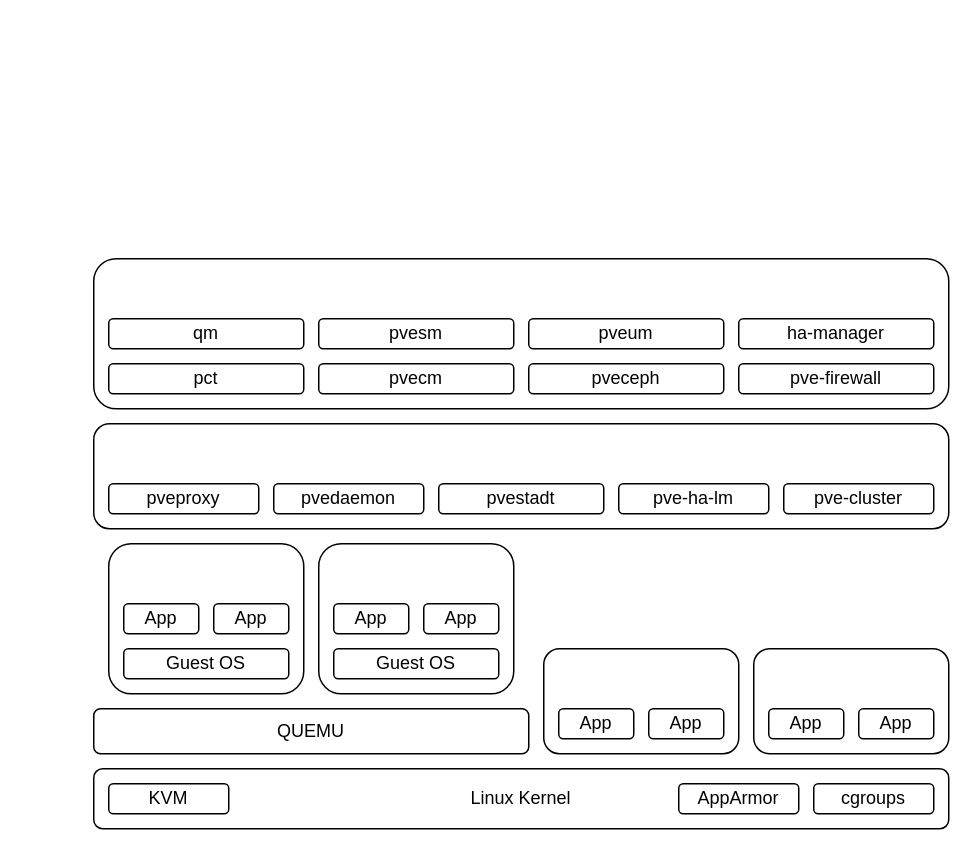
Before: Proxmox.drawio in incognia/Cultura, a draw.io diagram. Source tidied: cells renumbered, new cells numbered last; positions are measured from the earlier drawing's top-left corner, leaving out a move shared by most shapes. Both pictures are drawn from the tidied source at 150%, with x=0, y=0 at pixel (93, 258).
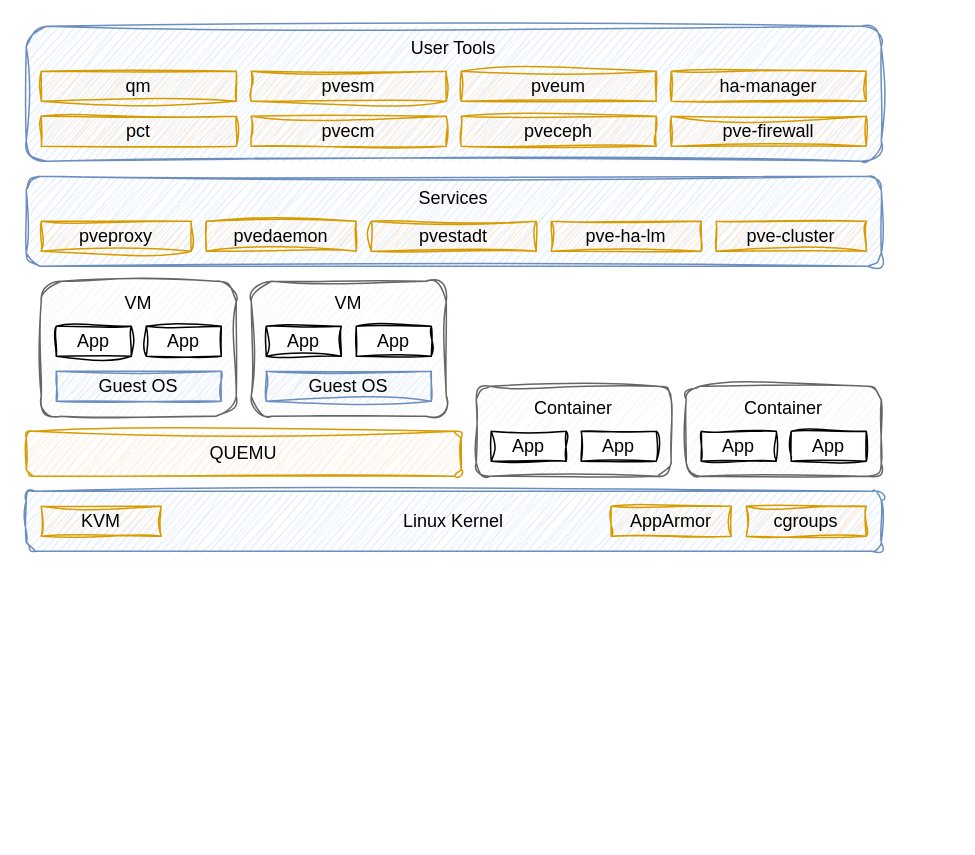
The same diagram, later.

Diff of the diagram source:
```diff
@@
+    <mxCell id="36" style="group;" parent="1" vertex="1">
+      <mxGeometry x="-45" y="-155" width="570" height="350" as="geometry" />
+    </mxCell>
-    <mxCell id="2" value="Linux Kernel" style="rounded=1;whiteSpace=wrap;html=1;" parent="1" vertex="1">
-      <mxGeometry y="340" width="570" height="40" as="geometry" />
+    <mxCell id="2" value="Linux Kernel" style="rounded=1;whiteSpace=wrap;html=1;sketch=1;curveFitting=1;jiggle=2;fillColor=#dae8fc;strokeColor=#6c8ebf;" parent="36" vertex="1">
+      <mxGeometry y="310" width="570" height="40" as="geometry" />
     </mxCell>
-    <mxCell id="3" value="KVM" style="rounded=1;whiteSpace=wrap;html=1;" parent="1" vertex="1">
-      <mxGeometry x="10" y="350" width="80" height="20" as="geometry" />
+    <mxCell id="3" value="KVM" style="rounded=0;whiteSpace=wrap;html=1;sketch=1;curveFitting=1;jiggle=2;fillColor=#ffe6cc;strokeColor=#d79b00;" parent="36" vertex="1">
+      <mxGeometry x="10" y="320" width="80" height="20" as="geometry" />
     </mxCell>
-    <mxCell id="4" value="QUEMU" style="rounded=1;whiteSpace=wrap;html=1;" parent="1" vertex="1">
-      <mxGeometry y="300" width="290" height="30" as="geometry" />
+    <mxCell id="4" value="QUEMU" style="rounded=1;whiteSpace=wrap;html=1;sketch=1;curveFitting=1;jiggle=2;fillColor=#ffe6cc;strokeColor=#d79b00;" parent="36" vertex="1">
+      <mxGeometry y="270" width="290" height="30" as="geometry" />
     </mxCell>
-    <mxCell id="5" value="AppArmor" style="rounded=1;whiteSpace=wrap;html=1;" parent="1" vertex="1">
-      <mxGeometry x="390" y="350" width="80" height="20" as="geometry" />
+    <mxCell id="5" value="AppArmor" style="rounded=0;whiteSpace=wrap;html=1;sketch=1;curveFitting=1;jiggle=2;fillColor=#ffe6cc;strokeColor=#d79b00;" parent="36" vertex="1">
+      <mxGeometry x="390" y="320" width="80" height="20" as="geometry" />
     </mxCell>
-    <mxCell id="6" value="cgroups" style="rounded=1;whiteSpace=wrap;html=1;" parent="1" vertex="1">
-      <mxGeometry x="480" y="350" width="80" height="20" as="geometry" />
+    <mxCell id="6" value="cgroups" style="rounded=0;whiteSpace=wrap;html=1;sketch=1;curveFitting=1;jiggle=2;fillColor=#ffe6cc;strokeColor=#d79b00;" parent="36" vertex="1">
+      <mxGeometry x="480" y="320" width="80" height="20" as="geometry" />
     </mxCell>
-    <mxCell id="7" style="rounded=1;whiteSpace=wrap;html=1;" parent="1" vertex="1">
-      <mxGeometry x="10" y="190" width="130" height="100" as="geometry" />
+    <mxCell id="7" style="rounded=1;whiteSpace=wrap;html=1;sketch=1;curveFitting=1;jiggle=2;fillColor=#f5f5f5;strokeColor=#666666;fontColor=#333333;" parent="36" vertex="1">
+      <mxGeometry x="10" y="170" width="130" height="90" as="geometry" />
     </mxCell>
-    <mxCell id="8" value="Guest OS" style="rounded=1;whiteSpace=wrap;html=1;" parent="1" vertex="1">
-      <mxGeometry x="20" y="260" width="110" height="20" as="geometry" />
+    <mxCell id="8" value="Guest OS" style="rounded=0;whiteSpace=wrap;html=1;sketch=1;curveFitting=1;jiggle=2;fillColor=#dae8fc;strokeColor=#6c8ebf;" parent="36" vertex="1">
+      <mxGeometry x="20" y="230" width="110" height="20" as="geometry" />
     </mxCell>
-    <mxCell id="9" value="App" style="rounded=1;whiteSpace=wrap;html=1;" parent="1" vertex="1">
-      <mxGeometry x="20" y="230" width="50" height="20" as="geometry" />
+    <mxCell id="9" value="App" style="rounded=0;whiteSpace=wrap;html=1;sketch=1;curveFitting=1;jiggle=2;" parent="36" vertex="1">
+      <mxGeometry x="20" y="200" width="50" height="20" as="geometry" />
     </mxCell>
-    <mxCell id="10" value="App" style="rounded=1;whiteSpace=wrap;html=1;" parent="1" vertex="1">
-      <mxGeometry x="80" y="230" width="50" height="20" as="geometry" />
+    <mxCell id="10" value="App" style="rounded=0;whiteSpace=wrap;html=1;sketch=1;curveFitting=1;jiggle=2;" parent="36" vertex="1">
+      <mxGeometry x="80" y="200" width="50" height="20" as="geometry" />
     </mxCell>
-    <mxCell id="11" style="rounded=1;whiteSpace=wrap;html=1;" parent="1" vertex="1">
-      <mxGeometry x="150" y="190" width="130" height="100" as="geometry" />
+    <mxCell id="11" style="rounded=1;whiteSpace=wrap;html=1;sketch=1;curveFitting=1;jiggle=2;fillColor=#f5f5f5;fontColor=#333333;strokeColor=#666666;" parent="36" vertex="1">
+      <mxGeometry x="150" y="170" width="130" height="90" as="geometry" />
     </mxCell>
-    <mxCell id="12" value="Guest OS" style="rounded=1;whiteSpace=wrap;html=1;" parent="1" vertex="1">
-      <mxGeometry x="160" y="260" width="110" height="20" as="geometry" />
+    <mxCell id="12" value="Guest OS" style="rounded=0;whiteSpace=wrap;html=1;sketch=1;curveFitting=1;jiggle=2;fillColor=#dae8fc;strokeColor=#6c8ebf;" parent="36" vertex="1">
+      <mxGeometry x="160" y="230" width="110" height="20" as="geometry" />
     </mxCell>
-    <mxCell id="13" value="App" style="rounded=1;whiteSpace=wrap;html=1;" parent="1" vertex="1">
-      <mxGeometry x="160" y="230" width="50" height="20" as="geometry" />
+    <mxCell id="13" value="App" style="rounded=0;whiteSpace=wrap;html=1;sketch=1;curveFitting=1;jiggle=2;" parent="36" vertex="1">
+      <mxGeometry x="160" y="200" width="50" height="20" as="geometry" />
     </mxCell>
-    <mxCell id="14" value="App" style="rounded=1;whiteSpace=wrap;html=1;" parent="1" vertex="1">
-      <mxGeometry x="220" y="230" width="50" height="20" as="geometry" />
+    <mxCell id="14" value="App" style="rounded=0;whiteSpace=wrap;html=1;sketch=1;curveFitting=1;jiggle=2;" parent="36" vertex="1">
+      <mxGeometry x="220" y="200" width="50" height="20" as="geometry" />
     </mxCell>
-    <mxCell id="15" style="rounded=1;whiteSpace=wrap;html=1;" parent="1" vertex="1">
-      <mxGeometry x="300" y="260" width="130" height="70" as="geometry" />
+    <mxCell id="15" style="rounded=1;whiteSpace=wrap;html=1;sketch=1;curveFitting=1;jiggle=2;fillColor=#f5f5f5;fontColor=#333333;strokeColor=#666666;" parent="36" vertex="1">
+      <mxGeometry x="300" y="240" width="130" height="60" as="geometry" />
     </mxCell>
-    <mxCell id="16" value="App" style="rounded=1;whiteSpace=wrap;html=1;" parent="1" vertex="1">
-      <mxGeometry x="310" y="300" width="50" height="20" as="geometry" />
+    <mxCell id="16" value="App" style="rounded=0;whiteSpace=wrap;html=1;sketch=1;curveFitting=1;jiggle=2;" parent="36" vertex="1">
+      <mxGeometry x="310" y="270" width="50" height="20" as="geometry" />
     </mxCell>
-    <mxCell id="17" value="App" style="rounded=1;whiteSpace=wrap;html=1;" parent="1" vertex="1">
-      <mxGeometry x="370" y="300" width="50" height="20" as="geometry" />
+    <mxCell id="17" value="App" style="rounded=0;whiteSpace=wrap;html=1;sketch=1;curveFitting=1;jiggle=2;" parent="36" vertex="1">
+      <mxGeometry x="370" y="270" width="50" height="20" as="geometry" />
     </mxCell>
-    <mxCell id="18" style="rounded=1;whiteSpace=wrap;html=1;" parent="1" vertex="1">
-      <mxGeometry x="440" y="260" width="130" height="70" as="geometry" />
+    <mxCell id="18" style="rounded=1;whiteSpace=wrap;html=1;sketch=1;curveFitting=1;jiggle=2;fillColor=#f5f5f5;fontColor=#333333;strokeColor=#666666;" parent="36" vertex="1">
+      <mxGeometry x="440" y="240" width="130" height="60" as="geometry" />
     </mxCell>
-    <mxCell id="19" value="App" style="rounded=1;whiteSpace=wrap;html=1;" parent="1" vertex="1">
-      <mxGeometry x="450" y="300" width="50" height="20" as="geometry" />
+    <mxCell id="19" value="App" style="rounded=0;whiteSpace=wrap;html=1;sketch=1;curveFitting=1;jiggle=2;" parent="36" vertex="1">
+      <mxGeometry x="450" y="270" width="50" height="20" as="geometry" />
     </mxCell>
-    <mxCell id="20" value="App" style="rounded=1;whiteSpace=wrap;html=1;" parent="1" vertex="1">
-      <mxGeometry x="510" y="300" width="50" height="20" as="geometry" />
+    <mxCell id="20" value="App" style="rounded=0;whiteSpace=wrap;html=1;sketch=1;curveFitting=1;jiggle=2;" parent="36" vertex="1">
+      <mxGeometry x="510" y="270" width="50" height="20" as="geometry" />
     </mxCell>
-    <mxCell id="21" style="rounded=1;whiteSpace=wrap;html=1;" parent="1" vertex="1">
-      <mxGeometry y="110" width="570" height="70" as="geometry" />
+    <mxCell id="21" style="rounded=1;whiteSpace=wrap;html=1;sketch=1;curveFitting=1;jiggle=2;fillColor=#dae8fc;strokeColor=#6c8ebf;" parent="36" vertex="1">
+      <mxGeometry y="100" width="570" height="60" as="geometry" />
     </mxCell>
-    <mxCell id="22" value="pveproxy" style="rounded=1;whiteSpace=wrap;html=1;" parent="1" vertex="1">
-      <mxGeometry x="10" y="150" width="100" height="20" as="geometry" />
+    <mxCell id="22" value="pveproxy" style="rounded=0;whiteSpace=wrap;html=1;sketch=1;curveFitting=1;jiggle=2;fillColor=#ffe6cc;strokeColor=#d79b00;" parent="36" vertex="1">
+      <mxGeometry x="10" y="130" width="100" height="20" as="geometry" />
     </mxCell>
-    <mxCell id="23" value="pvedaemon" style="rounded=1;whiteSpace=wrap;html=1;" parent="1" vertex="1">
-      <mxGeometry x="120" y="150" width="100" height="20" as="geometry" />
+    <mxCell id="23" value="pvedaemon" style="rounded=0;whiteSpace=wrap;html=1;sketch=1;curveFitting=1;jiggle=2;fillColor=#ffe6cc;strokeColor=#d79b00;" parent="36" vertex="1">
+      <mxGeometry x="120" y="130" width="100" height="20" as="geometry" />
     </mxCell>
-    <mxCell id="24" value="pvestadt" style="rounded=1;whiteSpace=wrap;html=1;" parent="1" vertex="1">
-      <mxGeometry x="230" y="150" width="110" height="20" as="geometry" />
+    <mxCell id="24" value="pvestadt" style="rounded=0;whiteSpace=wrap;html=1;sketch=1;curveFitting=1;jiggle=2;fillColor=#ffe6cc;strokeColor=#d79b00;" parent="36" vertex="1">
+      <mxGeometry x="230" y="130" width="110" height="20" as="geometry" />
     </mxCell>
-    <mxCell id="25" value="pve-ha-lm" style="rounded=1;whiteSpace=wrap;html=1;" parent="1" vertex="1">
-      <mxGeometry x="350" y="150" width="100" height="20" as="geometry" />
+    <mxCell id="25" value="pve-ha-lm" style="rounded=0;whiteSpace=wrap;html=1;sketch=1;curveFitting=1;jiggle=2;fillColor=#ffe6cc;strokeColor=#d79b00;" parent="36" vertex="1">
+      <mxGeometry x="350" y="130" width="100" height="20" as="geometry" />
     </mxCell>
-    <mxCell id="26" value="pve-cluster" style="rounded=1;whiteSpace=wrap;html=1;" parent="1" vertex="1">
-      <mxGeometry x="460" y="150" width="100" height="20" as="geometry" />
+    <mxCell id="26" value="pve-cluster" style="rounded=0;whiteSpace=wrap;html=1;sketch=1;curveFitting=1;jiggle=2;fillColor=#ffe6cc;strokeColor=#d79b00;" parent="36" vertex="1">
+      <mxGeometry x="460" y="130" width="100" height="20" as="geometry" />
     </mxCell>
-    <mxCell id="27" style="rounded=1;whiteSpace=wrap;html=1;" parent="1" vertex="1">
-      <mxGeometry width="570" height="100" as="geometry" />
+    <mxCell id="27" style="rounded=1;whiteSpace=wrap;html=1;sketch=1;curveFitting=1;jiggle=2;fillColor=#dae8fc;strokeColor=#6c8ebf;" parent="36" vertex="1">
+      <mxGeometry width="570" height="90" as="geometry" />
     </mxCell>
-    <mxCell id="28" value="pct" style="rounded=1;whiteSpace=wrap;html=1;" parent="1" vertex="1">
-      <mxGeometry x="10" y="70" width="130" height="20" as="geometry" />
+    <mxCell id="28" value="pct" style="rounded=0;whiteSpace=wrap;html=1;sketch=1;curveFitting=1;jiggle=2;fillColor=#ffe6cc;strokeColor=#d79b00;" parent="36" vertex="1">
+      <mxGeometry x="10" y="60" width="130" height="20" as="geometry" />
     </mxCell>
-    <mxCell id="29" value="pvecm" style="rounded=1;whiteSpace=wrap;html=1;" parent="1" vertex="1">
-      <mxGeometry x="150" y="70" width="130" height="20" as="geometry" />
+    <mxCell id="29" value="pvecm" style="rounded=0;whiteSpace=wrap;html=1;sketch=1;curveFitting=1;jiggle=2;fillColor=#ffe6cc;strokeColor=#d79b00;" parent="36" vertex="1">
+      <mxGeometry x="150" y="60" width="130" height="20" as="geometry" />
     </mxCell>
-    <mxCell id="30" value="pveceph" style="rounded=1;whiteSpace=wrap;html=1;" parent="1" vertex="1">
-      <mxGeometry x="290" y="70" width="130" height="20" as="geometry" />
+    <mxCell id="30" value="pveceph" style="rounded=0;whiteSpace=wrap;html=1;sketch=1;curveFitting=1;jiggle=2;fillColor=#ffe6cc;strokeColor=#d79b00;" parent="36" vertex="1">
+      <mxGeometry x="290" y="60" width="130" height="20" as="geometry" />
     </mxCell>
-    <mxCell id="31" value="pve-firewall" style="rounded=1;whiteSpace=wrap;html=1;" parent="1" vertex="1">
-      <mxGeometry x="430" y="70" width="130" height="20" as="geometry" />
+    <mxCell id="31" value="pve-firewall" style="rounded=0;whiteSpace=wrap;html=1;sketch=1;curveFitting=1;jiggle=2;fillColor=#ffe6cc;strokeColor=#d79b00;" parent="36" vertex="1">
+      <mxGeometry x="430" y="60" width="130" height="20" as="geometry" />
     </mxCell>
-    <mxCell id="32" value="qm" style="rounded=1;whiteSpace=wrap;html=1;" parent="1" vertex="1">
-      <mxGeometry x="10" y="40" width="130" height="20" as="geometry" />
+    <mxCell id="32" value="qm" style="rounded=0;whiteSpace=wrap;html=1;sketch=1;curveFitting=1;jiggle=2;fillColor=#ffe6cc;strokeColor=#d79b00;" parent="36" vertex="1">
+      <mxGeometry x="10" y="30" width="130" height="20" as="geometry" />
     </mxCell>
-    <mxCell id="33" value="pvesm" style="rounded=1;whiteSpace=wrap;html=1;" parent="1" vertex="1">
-      <mxGeometry x="150" y="40" width="130" height="20" as="geometry" />
+    <mxCell id="33" value="pvesm" style="rounded=0;whiteSpace=wrap;html=1;sketch=1;curveFitting=1;jiggle=2;fillColor=#ffe6cc;strokeColor=#d79b00;" parent="36" vertex="1">
+      <mxGeometry x="150" y="30" width="130" height="20" as="geometry" />
     </mxCell>
-    <mxCell id="34" value="pveum" style="rounded=1;whiteSpace=wrap;html=1;" parent="1" vertex="1">
-      <mxGeometry x="290" y="40" width="130" height="20" as="geometry" />
+    <mxCell id="34" value="pveum" style="rounded=0;whiteSpace=wrap;html=1;sketch=1;curveFitting=1;jiggle=2;fillColor=#ffe6cc;strokeColor=#d79b00;" parent="36" vertex="1">
+      <mxGeometry x="290" y="30" width="130" height="20" as="geometry" />
     </mxCell>
-    <mxCell id="35" value="ha-manager" style="rounded=1;whiteSpace=wrap;html=1;" parent="1" vertex="1">
-      <mxGeometry x="430" y="40" width="130" height="20" as="geometry" />
+    <mxCell id="35" value="ha-manager" style="rounded=0;whiteSpace=wrap;html=1;sketch=1;curveFitting=1;jiggle=2;fillColor=#ffe6cc;strokeColor=#d79b00;" parent="36" vertex="1">
+      <mxGeometry x="430" y="30" width="130" height="20" as="geometry" />
     </mxCell>
+    <mxCell id="37" value="VM" style="text;html=1;align=center;verticalAlign=middle;whiteSpace=wrap;rounded=0;sketch=1;curveFitting=1;jiggle=2;" parent="36" vertex="1">
+      <mxGeometry x="45" y="170" width="60" height="30" as="geometry" />
+    </mxCell>
+    <mxCell id="38" value="VM" style="text;html=1;align=center;verticalAlign=middle;whiteSpace=wrap;rounded=0;sketch=1;curveFitting=1;jiggle=2;" parent="36" vertex="1">
+      <mxGeometry x="185" y="170" width="60" height="30" as="geometry" />
+    </mxCell>
+    <mxCell id="39" value="Container" style="text;html=1;align=center;verticalAlign=middle;whiteSpace=wrap;rounded=0;sketch=1;curveFitting=1;jiggle=2;" parent="36" vertex="1">
+      <mxGeometry x="335" y="240" width="60" height="30" as="geometry" />
+    </mxCell>
+    <mxCell id="40" value="Container" style="text;html=1;align=center;verticalAlign=middle;whiteSpace=wrap;rounded=0;sketch=1;curveFitting=1;jiggle=2;" parent="36" vertex="1">
+      <mxGeometry x="475" y="240" width="60" height="30" as="geometry" />
+    </mxCell>
+    <mxCell id="41" value="Services" style="text;html=1;align=center;verticalAlign=middle;whiteSpace=wrap;rounded=0;sketch=1;curveFitting=1;jiggle=2;" parent="36" vertex="1">
+      <mxGeometry x="255" y="100" width="60" height="30" as="geometry" />
+    </mxCell>
+    <mxCell id="42" value="User Tools" style="text;html=1;align=center;verticalAlign=middle;whiteSpace=wrap;rounded=0;sketch=1;curveFitting=1;jiggle=2;" parent="36" vertex="1">
+      <mxGeometry x="255" width="60" height="30" as="geometry" />
+    </mxCell>
```
